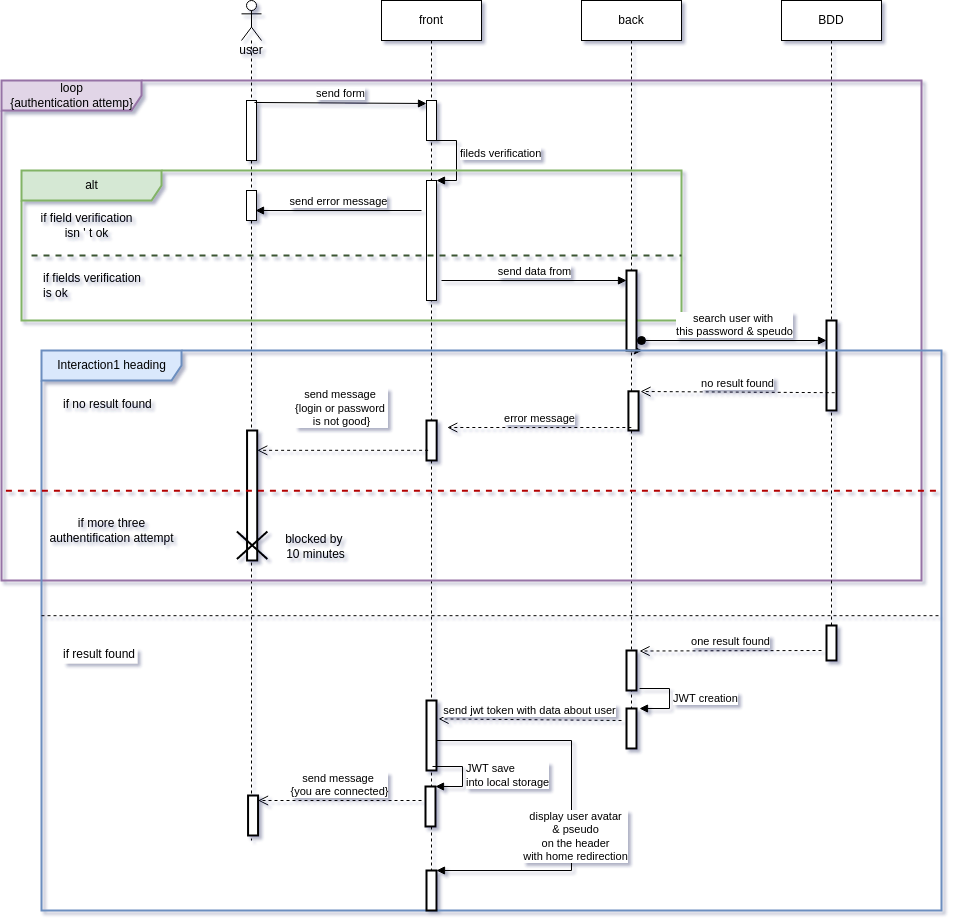
Earlier version of the draw.io export Documentation-diagrams/diagrams-img/connection_sequence.drawio.png (aerobi93/Modelisation-UML). Source tidied: cells renumbered, new cells last; positions are measured from the earlier drawing's top-left corner, leaving out a move shared by most shapes.
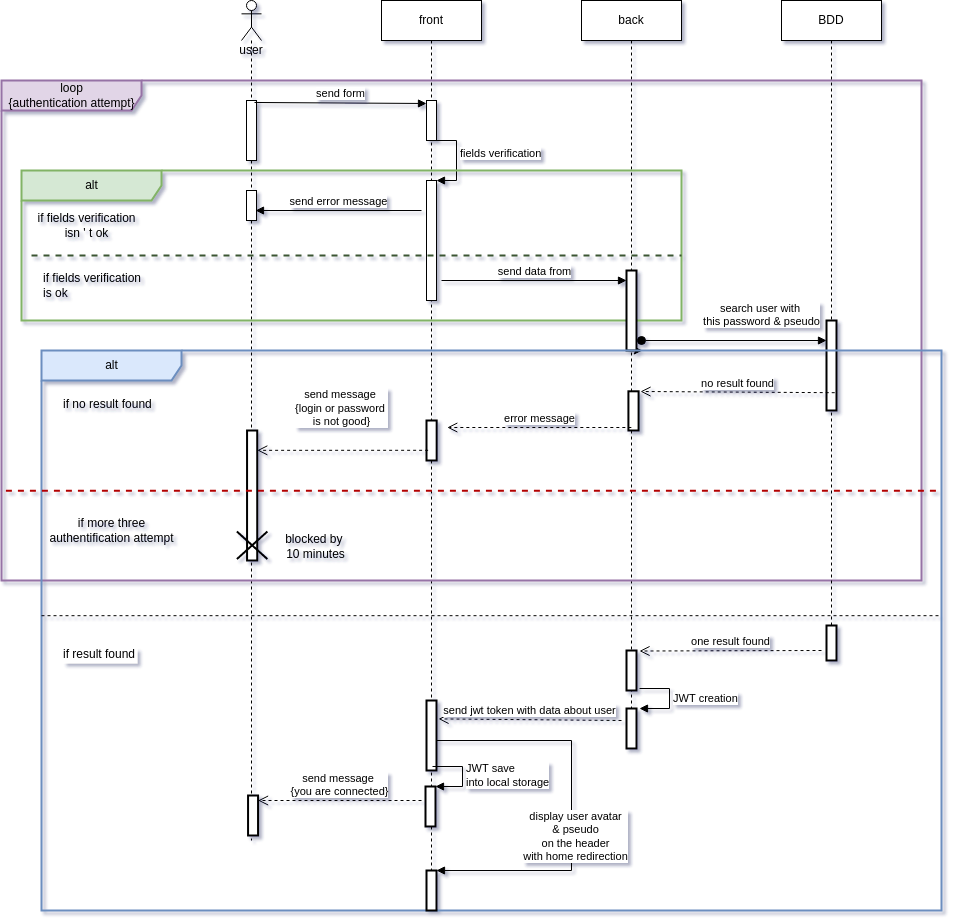
The same file after the commit.

The edit, as a diff of the source:
```diff
@@ -14,7 +14,7 @@
     <mxCell id="5" value="back" style="shape=umlLifeline;perimeter=lifelinePerimeter;whiteSpace=wrap;html=1;outlineConnect=0;fillColor=#FFFFFF;" parent="1" vertex="1">
       <mxGeometry x="580" width="100" height="740" as="geometry" />
     </mxCell>
-    <mxCell id="6" value="loop&lt;br&gt;{authentication attemp}" style="shape=umlFrame;tabWidth=110;tabHeight=30;tabPosition=left;html=1;boundedLbl=1;labelInHeader=1;width=140;height=30;fillColor=#e1d5e7;strokeColor=#9673a6;strokeWidth=2;" parent="1" vertex="1">
+    <mxCell id="6" value="loop&lt;br&gt;{authentication attempt}" style="shape=umlFrame;tabWidth=110;tabHeight=30;tabPosition=left;html=1;boundedLbl=1;labelInHeader=1;width=140;height=30;fillColor=#e1d5e7;strokeColor=#9673a6;strokeWidth=2;" parent="1" vertex="1">
       <mxGeometry y="80" width="920" height="500" as="geometry" />
     </mxCell>
     <mxCell id="7" value="BDD" style="shape=umlLifeline;perimeter=lifelinePerimeter;whiteSpace=wrap;html=1;fillColor=#FFFFFF;" parent="1" vertex="1">
@@ -35,7 +35,7 @@
     <mxCell id="11" style="html=1;points=[];perimeter=orthogonalPerimeter;fillColor=#FFFFFF;" parent="1" vertex="1">
       <mxGeometry x="425" y="180" width="10" height="120" as="geometry" />
     </mxCell>
-    <mxCell id="12" value="fileds verification" style="edgeStyle=orthogonalEdgeStyle;html=1;align=left;spacingLeft=2;endArrow=block;rounded=0;entryX=1;entryY=0;" parent="1" edge="1" target="11">
+    <mxCell id="12" value="fields verification" style="edgeStyle=orthogonalEdgeStyle;html=1;align=left;spacingLeft=2;endArrow=block;rounded=0;entryX=1;entryY=0;" parent="1" edge="1" target="11">
       <mxGeometry relative="1" as="geometry">
         <mxPoint x="440" y="140" as="sourcePoint" />
         <Array as="points">
@@ -70,12 +70,12 @@
     <mxCell id="19" style="html=1;points=[];perimeter=orthogonalPerimeter;strokeWidth=2;fillColor=#FFFFFF;" parent="1" vertex="1">
       <mxGeometry x="825" y="320" width="10" height="90" as="geometry" />
     </mxCell>
-    <mxCell id="20" value="search user with&amp;nbsp;&lt;br&gt;this password &amp;amp; speudo" style="html=1;verticalAlign=bottom;startArrow=oval;startFill=1;endArrow=block;startSize=8;" parent="1" edge="1" target="19">
-      <mxGeometry relative="1" as="geometry">
+    <mxCell id="20" value="search user with&amp;nbsp;&lt;br&gt;this password &amp;amp; pseudo" style="html=1;verticalAlign=bottom;startArrow=oval;startFill=1;endArrow=block;startSize=8;" parent="1" edge="1" target="19">
+      <mxGeometry x="0.3" y="10" relative="1" as="geometry">
         <mxPoint x="640" y="340" as="sourcePoint" />
       </mxGeometry>
     </mxCell>
-    <mxCell id="21" value="Interaction1 heading" style="shape=umlFrame;tabWidth=110;tabHeight=30;tabPosition=left;html=1;boundedLbl=1;labelInHeader=1;width=140;height=30;strokeWidth=2;fillColor=#dae8fc;strokeColor=#6c8ebf;" parent="1" vertex="1">
+    <mxCell id="21" value="alt" style="shape=umlFrame;tabWidth=110;tabHeight=30;tabPosition=left;html=1;boundedLbl=1;labelInHeader=1;width=140;height=30;strokeWidth=2;fillColor=#dae8fc;strokeColor=#6c8ebf;" parent="1" vertex="1">
       <mxGeometry x="40" y="350" width="900" height="560" as="geometry" />
     </mxCell>
     <mxCell id="22" value="if no result found" style="text;strokeWidth=2;fillColor=none;" parent="21" vertex="1">
@@ -194,7 +194,7 @@
     <mxCell id="48" value="&lt;font color=&quot;#000000&quot;&gt;if fields verification&lt;br&gt;is ok&lt;/font&gt;" style="text;html=1;align=left;verticalAlign=middle;fillColor=none;strokeColor=none;rounded=0;fontColor=#FFFFFF;gradientColor=#ffffff;" parent="1" vertex="1">
       <mxGeometry x="40" y="270" width="110" height="30" as="geometry" />
     </mxCell>
-    <mxCell id="49" value="&lt;font color=&quot;#000000&quot;&gt;if&lt;font&gt; field verification&lt;br&gt;isn ' t ok&lt;/font&gt;&lt;/font&gt;" style="text;html=1;align=center;verticalAlign=middle;fillColor=none;strokeColor=none;rounded=0;fontColor=#FFFFFF;" parent="1" vertex="1">
+    <mxCell id="49" value="&lt;font color=&quot;#000000&quot;&gt;if&lt;font&gt; fields verification&lt;br&gt;isn ' t ok&lt;/font&gt;&lt;/font&gt;" style="text;html=1;align=center;verticalAlign=middle;fillColor=none;strokeColor=none;rounded=0;fontColor=#FFFFFF;" parent="1" vertex="1">
       <mxGeometry x="30" y="210" width="110" height="30" as="geometry" />
     </mxCell>
   </root>
```
